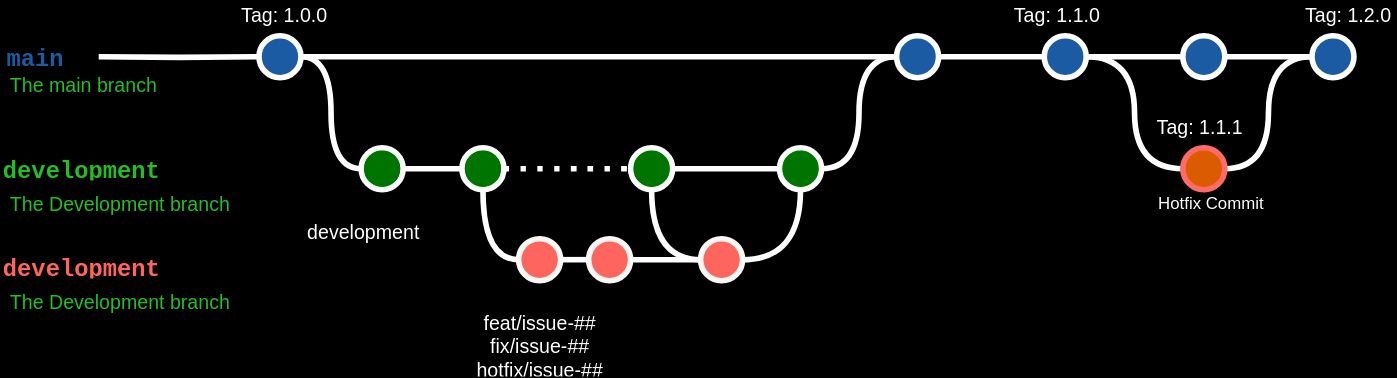
This is git_flow.drawio.svg from Trojanzaro/agal-book, a draw.io export, as it was before one commit. Source tidied: cells renumbered, new cells last; positions are measured from the earlier drawing's top-left corner, leaving out a move shared by most shapes.
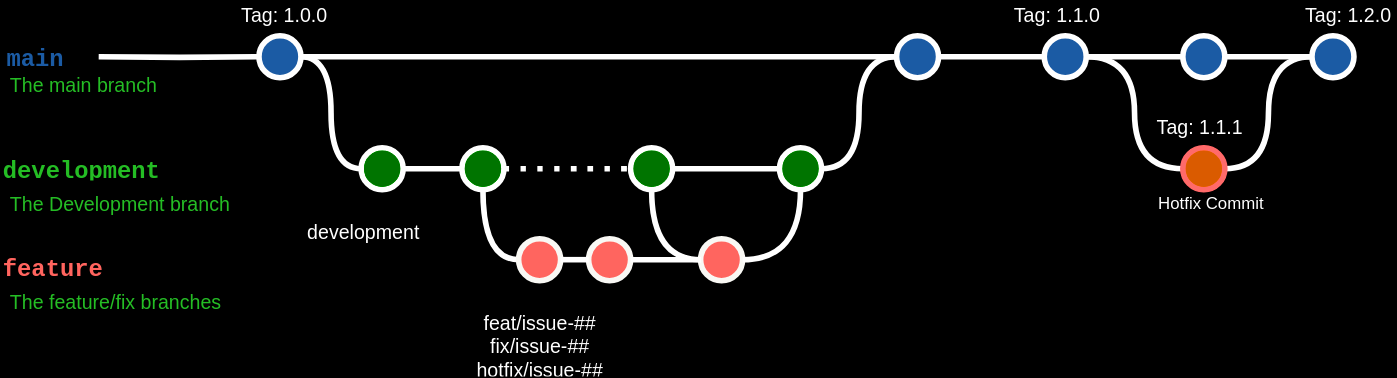
After the change.

What changed in the source:
```diff
@@ -129,10 +129,10 @@
     <mxCell id="40" style="edgeStyle=orthogonalEdgeStyle;curved=1;rounded=0;html=1;exitX=0.5;exitY=1;exitPerimeter=0;entryX=0;entryY=0.5;entryPerimeter=0;endArrow=none;endFill=0;jettySize=auto;strokeWidth=4;fontSize=15;exitDx=0;exitDy=0;entryDx=0;entryDy=0;" parent="1" edge="1" source="39" target="35">
       <mxGeometry relative="1" as="geometry" />
     </mxCell>
-    <mxCell id="41" value="development" style="text;html=1;strokeColor=none;fillColor=none;align=left;verticalAlign=middle;whiteSpace=wrap;overflow=hidden;fontSize=17;fontStyle=1;fontFamily=Courier New;fontColor=#F8554F;" parent="1" vertex="1">
+    <mxCell id="41" value="feature" style="text;html=1;strokeColor=none;fillColor=none;align=left;verticalAlign=middle;whiteSpace=wrap;overflow=hidden;fontSize=17;fontStyle=1;fontFamily=Courier New;fontColor=#F8554F;" parent="1" vertex="1">
       <mxGeometry y="180" width="240" height="20" as="geometry" />
     </mxCell>
-    <mxCell id="42" value="The Development branch&amp;nbsp;" style="text;html=1;strokeColor=none;fillColor=none;align=left;verticalAlign=middle;whiteSpace=wrap;overflow=hidden;fontSize=14;fontStyle=0;fontColor=#009900;" parent="1" vertex="1">
+    <mxCell id="42" value="The feature/fix branches" style="text;html=1;strokeColor=none;fillColor=none;align=left;verticalAlign=middle;whiteSpace=wrap;overflow=hidden;fontSize=14;fontStyle=0;fontColor=#009900;" parent="1" vertex="1">
       <mxGeometry x="5.2" y="205" width="202.2" height="20" as="geometry" />
     </mxCell>
     <mxCell id="43" value="development" style="text;html=1;strokeColor=none;fillColor=none;align=center;verticalAlign=middle;whiteSpace=wrap;overflow=hidden;fontSize=14;" parent="1" vertex="1">
```
